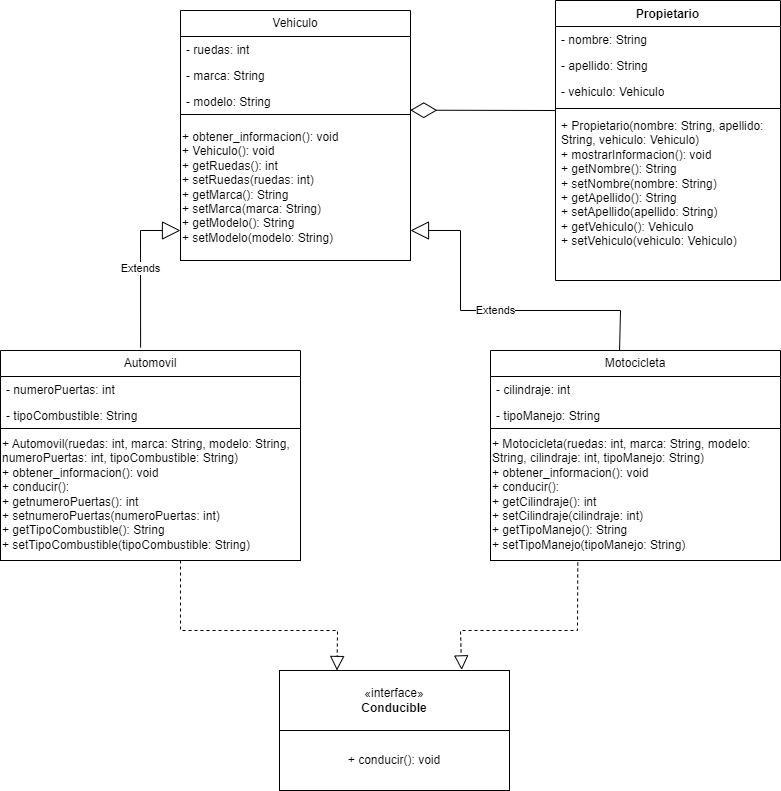
Sof-Saos/POO-Vehiculos keeps this draw.io diagram as src/Vehiculo.drawio.png. Above is the earlier version. Source tidied: cells renumbered, new cells last; positions are measured from the earlier drawing's top-left corner, leaving out a move shared by most shapes. Its diagram source:
```xml
<mxGraphModel>
  <root>
    <mxCell id="0" />
    <mxCell id="1" parent="0" />
    <mxCell id="2" value="Vehiculo" style="swimlane;fontStyle=0;horizontal=1;startSize=26;fillColor=none;whiteSpace=wrap;html=1;" parent="1" vertex="1">
      <mxGeometry x="180" y="10" width="230" height="250" as="geometry" />
    </mxCell>
    <mxCell id="3" value="- ruedas: int" style="text;strokeColor=none;fillColor=none;align=left;verticalAlign=top;spacingLeft=4;spacingRight=4;overflow=hidden;whiteSpace=wrap;html=1;" parent="2" vertex="1">
      <mxGeometry y="26" width="230" height="26" as="geometry" />
    </mxCell>
    <mxCell id="4" value="- marca: String" style="text;strokeColor=none;fillColor=none;align=left;verticalAlign=top;spacingLeft=4;spacingRight=4;overflow=hidden;whiteSpace=wrap;html=1;" parent="2" vertex="1">
      <mxGeometry y="52" width="230" height="26" as="geometry" />
    </mxCell>
    <mxCell id="5" value="- modelo: String" style="text;strokeColor=none;fillColor=none;align=left;verticalAlign=top;spacingLeft=4;spacingRight=4;overflow=hidden;points=[[0,0.5],[1,0.5]];portConstraint=eastwest;whiteSpace=wrap;html=1;" parent="2" vertex="1">
      <mxGeometry y="78" width="230" height="26" as="geometry" />
    </mxCell>
    <mxCell id="6" value="+ obtener_informacion(): void&lt;br&gt;+ Vehiculo(): void&lt;br&gt;+ getRuedas(): int&lt;br&gt;+ setRuedas(ruedas: int)&lt;br&gt;+ getMarca(): String&lt;br&gt;+ setMarca(marca: String)&lt;br&gt;+ getModelo(): String&lt;br&gt;+ setModelo(modelo: String)" style="html=1;whiteSpace=wrap;align=left;" parent="2" vertex="1">
      <mxGeometry y="104" width="230" height="146" as="geometry" />
    </mxCell>
    <mxCell id="7" value="Motocicleta" style="swimlane;fontStyle=0;horizontal=1;startSize=26;fillColor=none;whiteSpace=wrap;html=1;" parent="1" vertex="1">
      <mxGeometry x="490" y="350" width="290" height="210" as="geometry" />
    </mxCell>
    <mxCell id="8" value="- cilindraje: int" style="text;strokeColor=none;fillColor=none;align=left;verticalAlign=top;spacingLeft=4;spacingRight=4;overflow=hidden;whiteSpace=wrap;html=1;" parent="7" vertex="1">
      <mxGeometry y="26" width="290" height="26" as="geometry" />
    </mxCell>
    <mxCell id="9" value="- tipoManejo: String" style="text;strokeColor=none;fillColor=none;align=left;verticalAlign=top;spacingLeft=4;spacingRight=4;overflow=hidden;whiteSpace=wrap;html=1;" parent="7" vertex="1">
      <mxGeometry y="52" width="290" height="26" as="geometry" />
    </mxCell>
    <mxCell id="10" value="+ Motocicleta(ruedas: int, marca: String, modelo: String, cilindraje: int, tipoManejo: String)&lt;br&gt;+ obtener_informacion(): void&lt;br&gt;+ conducir():&lt;br&gt;+ getCilindraje(): int&lt;br&gt;+ setCilindraje(cilindraje: int)&lt;br&gt;+ getTipoManejo(): String&lt;br&gt;+ setTipoManejo(tipoManejo: String)" style="html=1;whiteSpace=wrap;align=left;" parent="7" vertex="1">
      <mxGeometry y="78" width="290" height="132" as="geometry" />
    </mxCell>
    <mxCell id="11" value="Automovil" style="swimlane;fontStyle=0;horizontal=1;startSize=26;fillColor=none;whiteSpace=wrap;html=1;" parent="1" vertex="1">
      <mxGeometry y="350" width="300" height="210" as="geometry" />
    </mxCell>
    <mxCell id="12" value="- numeroPuertas: int" style="text;strokeColor=none;fillColor=none;align=left;verticalAlign=top;spacingLeft=4;spacingRight=4;overflow=hidden;whiteSpace=wrap;html=1;" parent="11" vertex="1">
      <mxGeometry y="26" width="300" height="26" as="geometry" />
    </mxCell>
    <mxCell id="13" value="- tipoCombustible: String" style="text;strokeColor=none;fillColor=none;align=left;verticalAlign=top;spacingLeft=4;spacingRight=4;overflow=hidden;whiteSpace=wrap;html=1;" parent="11" vertex="1">
      <mxGeometry y="52" width="300" height="26" as="geometry" />
    </mxCell>
    <mxCell id="14" value="+ Automovil(ruedas: int, marca: String, modelo: String, numeroPuertas: int, tipoCombustible: String)&lt;br style=&quot;border-color: var(--border-color);&quot;&gt;+ obtener_informacion(): void&lt;br&gt;+ conducir():&lt;br&gt;+ getnumeroPuertas(): int&lt;br&gt;+ setnumeroPuertas(numeroPuertas: int)&lt;br&gt;+ getTipoCombustible(): String&lt;br&gt;+ setTipoCombustible(tipoCombustible: String)" style="html=1;whiteSpace=wrap;align=left;" parent="11" vertex="1">
      <mxGeometry y="78" width="300" height="132" as="geometry" />
    </mxCell>
    <mxCell id="15" value="Extends" style="endArrow=block;endSize=16;endFill=0;html=1;rounded=0;exitX=0.445;exitY=0;exitDx=0;exitDy=0;exitPerimeter=0;" parent="1" edge="1" source="7">
      <mxGeometry relative="1" as="geometry">
        <mxPoint x="410" y="230" as="targetPoint" />
        <Array as="points">
          <mxPoint x="620" y="310" />
          <mxPoint x="460" y="310" />
          <mxPoint x="460" y="230" />
        </Array>
      </mxGeometry>
    </mxCell>
    <mxCell id="16" value="Extends" style="endArrow=block;endSize=16;endFill=0;html=1;rounded=0;exitX=0.467;exitY=-0.014;exitDx=0;exitDy=0;exitPerimeter=0;" parent="1" edge="1" source="11">
      <mxGeometry relative="1" as="geometry">
        <mxPoint x="180" y="230" as="targetPoint" />
        <Array as="points">
          <mxPoint x="140" y="230" />
        </Array>
      </mxGeometry>
    </mxCell>
    <mxCell id="17" value="Propietario" style="swimlane;fontStyle=1;align=center;verticalAlign=top;horizontal=1;startSize=26;whiteSpace=wrap;html=1;" parent="1" vertex="1">
      <mxGeometry x="555" width="225" height="280" as="geometry" />
    </mxCell>
    <mxCell id="18" value="- nombre: String&lt;br&gt;" style="text;strokeColor=none;fillColor=none;align=left;verticalAlign=top;spacingLeft=4;spacingRight=4;overflow=hidden;whiteSpace=wrap;html=1;" parent="17" vertex="1">
      <mxGeometry y="26" width="225" height="26" as="geometry" />
    </mxCell>
    <mxCell id="19" value="- apellido: String" style="text;strokeColor=none;fillColor=none;align=left;verticalAlign=top;spacingLeft=4;spacingRight=4;overflow=hidden;whiteSpace=wrap;html=1;" parent="17" vertex="1">
      <mxGeometry y="52" width="225" height="26" as="geometry" />
    </mxCell>
    <mxCell id="20" value="- vehiculo: Vehiculo" style="text;strokeColor=none;fillColor=none;align=left;verticalAlign=top;spacingLeft=4;spacingRight=4;overflow=hidden;whiteSpace=wrap;html=1;" parent="17" vertex="1">
      <mxGeometry y="78" width="225" height="26" as="geometry" />
    </mxCell>
    <mxCell id="21" style="line;strokeWidth=1;fillColor=none;align=left;verticalAlign=middle;spacingTop=-1;spacingLeft=3;spacingRight=3;labelPosition=right;points=[];portConstraint=eastwest;strokeColor=inherit;" parent="17" vertex="1">
      <mxGeometry y="104" width="225" height="8" as="geometry" />
    </mxCell>
    <mxCell id="22" value="+&amp;nbsp;Propietario(nombre: String, apellido: String, vehiculo: Vehiculo)&lt;br&gt;+ mostrarInformacion(): void&lt;br&gt;+ getNombre(): String&lt;br&gt;+ setNombre(nombre: String)&lt;br&gt;+ getApellido(): String&lt;br&gt;+ setApellido(apellido: String)&lt;br&gt;+ getVehiculo(): Vehiculo&lt;br&gt;+ setVehiculo(vehiculo: Vehiculo)" style="text;strokeColor=none;fillColor=none;align=left;verticalAlign=top;spacingLeft=4;spacingRight=4;overflow=hidden;whiteSpace=wrap;html=1;" parent="17" vertex="1">
      <mxGeometry y="112" width="225" height="168" as="geometry" />
    </mxCell>
    <mxCell id="23" style="endArrow=diamondThin;endFill=0;endSize=24;html=1;rounded=0;entryX=0.999;entryY=0.834;entryDx=0;entryDy=0;exitX=0;exitY=0.75;exitDx=0;exitDy=0;exitPerimeter=0;entryPerimeter=0;" parent="1" edge="1" source="21" target="5">
      <mxGeometry relative="1" as="geometry" />
    </mxCell>
    <mxCell id="24" style="group;" parent="1" vertex="1">
      <mxGeometry x="279" y="670" width="230" height="120" as="geometry" />
    </mxCell>
    <mxCell id="25" value="«interface»&lt;br&gt;&lt;b&gt;Conducible&lt;/b&gt;" style="html=1;whiteSpace=wrap;" parent="24" vertex="1">
      <mxGeometry width="230" height="60" as="geometry" />
    </mxCell>
    <mxCell id="26" value="+ conducir(): void" style="html=1;whiteSpace=wrap;" parent="24" vertex="1">
      <mxGeometry y="60" width="230" height="60" as="geometry" />
    </mxCell>
    <mxCell id="27" style="endArrow=block;dashed=1;endFill=0;endSize=12;html=1;rounded=0;entryX=0.25;entryY=0;entryDx=0;entryDy=0;" parent="1" edge="1" target="25">
      <mxGeometry relative="1" as="geometry">
        <mxPoint x="180" y="560" as="sourcePoint" />
        <Array as="points">
          <mxPoint x="180" y="630" />
          <mxPoint x="337" y="630" />
        </Array>
      </mxGeometry>
    </mxCell>
    <mxCell id="28" style="endArrow=block;dashed=1;endFill=0;endSize=12;html=1;rounded=0;entryX=0.792;entryY=-0.01;entryDx=0;entryDy=0;exitX=0.301;exitY=1.015;exitDx=0;exitDy=0;exitPerimeter=0;entryPerimeter=0;" parent="1" edge="1" source="10" target="25">
      <mxGeometry relative="1" as="geometry">
        <Array as="points">
          <mxPoint x="577" y="630" />
          <mxPoint x="460" y="630" />
        </Array>
      </mxGeometry>
    </mxCell>
  </root>
</mxGraphModel>
```
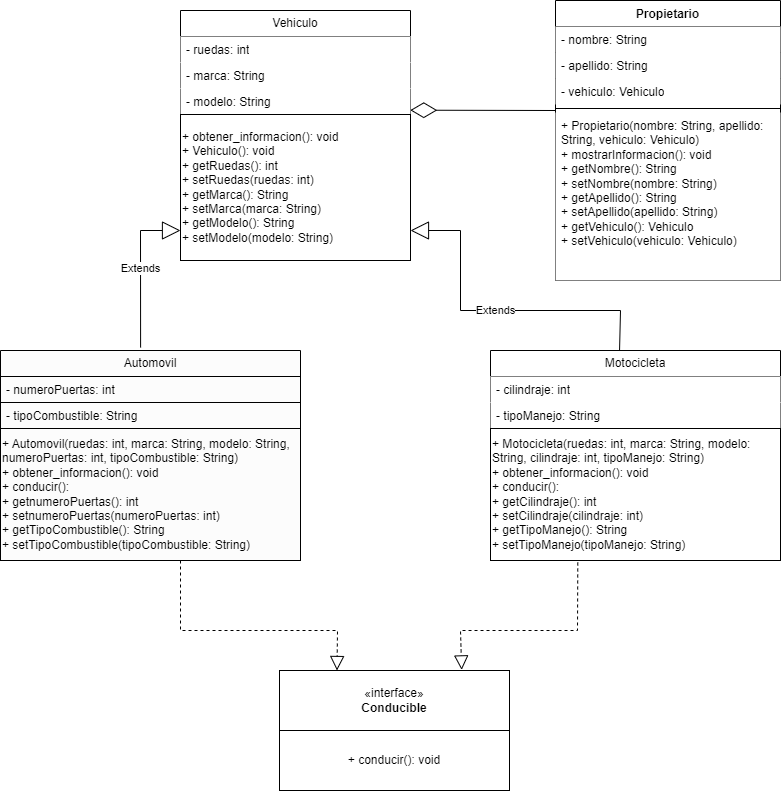
After the change.

What changed in the source:
```diff
@@ -2,46 +2,46 @@
   <root>
     <mxCell id="0" />
     <mxCell id="1" parent="0" />
-    <mxCell id="2" value="Vehiculo" style="swimlane;fontStyle=0;horizontal=1;startSize=26;fillColor=none;whiteSpace=wrap;html=1;" parent="1" vertex="1">
+    <mxCell id="2" value="Vehiculo" style="swimlane;fontStyle=0;horizontal=1;startSize=26;fillColor=#FFFFFF;whiteSpace=wrap;html=1;" parent="1" vertex="1">
       <mxGeometry x="180" y="10" width="230" height="250" as="geometry" />
     </mxCell>
-    <mxCell id="3" value="- ruedas: int" style="text;strokeColor=none;fillColor=none;align=left;verticalAlign=top;spacingLeft=4;spacingRight=4;overflow=hidden;whiteSpace=wrap;html=1;" parent="2" vertex="1">
+    <mxCell id="3" value="- ruedas: int" style="text;strokeColor=none;fillColor=#FFFFFF;align=left;verticalAlign=top;spacingLeft=4;spacingRight=4;overflow=hidden;whiteSpace=wrap;html=1;" parent="2" vertex="1">
       <mxGeometry y="26" width="230" height="26" as="geometry" />
     </mxCell>
-    <mxCell id="4" value="- marca: String" style="text;strokeColor=none;fillColor=none;align=left;verticalAlign=top;spacingLeft=4;spacingRight=4;overflow=hidden;whiteSpace=wrap;html=1;" parent="2" vertex="1">
+    <mxCell id="4" value="- marca: String" style="text;strokeColor=none;fillColor=#FFFFFF;align=left;verticalAlign=top;spacingLeft=4;spacingRight=4;overflow=hidden;whiteSpace=wrap;html=1;" parent="2" vertex="1">
       <mxGeometry y="52" width="230" height="26" as="geometry" />
     </mxCell>
-    <mxCell id="5" value="- modelo: String" style="text;strokeColor=none;fillColor=none;align=left;verticalAlign=top;spacingLeft=4;spacingRight=4;overflow=hidden;points=[[0,0.5],[1,0.5]];portConstraint=eastwest;whiteSpace=wrap;html=1;" parent="2" vertex="1">
+    <mxCell id="5" value="- modelo: String" style="text;strokeColor=none;fillColor=#FFFFFF;align=left;verticalAlign=top;spacingLeft=4;spacingRight=4;overflow=hidden;points=[[0,0.5],[1,0.5]];portConstraint=eastwest;whiteSpace=wrap;html=1;" parent="2" vertex="1">
       <mxGeometry y="78" width="230" height="26" as="geometry" />
     </mxCell>
-    <mxCell id="6" value="+ obtener_informacion(): void&lt;br&gt;+ Vehiculo(): void&lt;br&gt;+ getRuedas(): int&lt;br&gt;+ setRuedas(ruedas: int)&lt;br&gt;+ getMarca(): String&lt;br&gt;+ setMarca(marca: String)&lt;br&gt;+ getModelo(): String&lt;br&gt;+ setModelo(modelo: String)" style="html=1;whiteSpace=wrap;align=left;" parent="2" vertex="1">
+    <mxCell id="6" value="+ obtener_informacion(): void&lt;br&gt;+ Vehiculo(): void&lt;br&gt;+ getRuedas(): int&lt;br&gt;+ setRuedas(ruedas: int)&lt;br&gt;+ getMarca(): String&lt;br&gt;+ setMarca(marca: String)&lt;br&gt;+ getModelo(): String&lt;br&gt;+ setModelo(modelo: String)" style="html=1;whiteSpace=wrap;align=left;fillColor=#FFFFFF;" parent="2" vertex="1">
       <mxGeometry y="104" width="230" height="146" as="geometry" />
     </mxCell>
-    <mxCell id="7" value="Motocicleta" style="swimlane;fontStyle=0;horizontal=1;startSize=26;fillColor=none;whiteSpace=wrap;html=1;" parent="1" vertex="1">
+    <mxCell id="7" value="Motocicleta" style="swimlane;fontStyle=0;horizontal=1;startSize=26;fillColor=#FFFFFF;whiteSpace=wrap;html=1;" parent="1" vertex="1">
       <mxGeometry x="490" y="350" width="290" height="210" as="geometry" />
     </mxCell>
-    <mxCell id="8" value="- cilindraje: int" style="text;strokeColor=none;fillColor=none;align=left;verticalAlign=top;spacingLeft=4;spacingRight=4;overflow=hidden;whiteSpace=wrap;html=1;" parent="7" vertex="1">
+    <mxCell id="8" value="- cilindraje: int" style="text;strokeColor=none;fillColor=#FFFFFF;align=left;verticalAlign=top;spacingLeft=4;spacingRight=4;overflow=hidden;whiteSpace=wrap;html=1;" parent="7" vertex="1">
       <mxGeometry y="26" width="290" height="26" as="geometry" />
     </mxCell>
-    <mxCell id="9" value="- tipoManejo: String" style="text;strokeColor=none;fillColor=none;align=left;verticalAlign=top;spacingLeft=4;spacingRight=4;overflow=hidden;whiteSpace=wrap;html=1;" parent="7" vertex="1">
+    <mxCell id="9" value="- tipoManejo: String" style="text;strokeColor=none;fillColor=#FFFFFF;align=left;verticalAlign=top;spacingLeft=4;spacingRight=4;overflow=hidden;whiteSpace=wrap;html=1;" parent="7" vertex="1">
       <mxGeometry y="52" width="290" height="26" as="geometry" />
     </mxCell>
-    <mxCell id="10" value="+ Motocicleta(ruedas: int, marca: String, modelo: String, cilindraje: int, tipoManejo: String)&lt;br&gt;+ obtener_informacion(): void&lt;br&gt;+ conducir():&lt;br&gt;+ getCilindraje(): int&lt;br&gt;+ setCilindraje(cilindraje: int)&lt;br&gt;+ getTipoManejo(): String&lt;br&gt;+ setTipoManejo(tipoManejo: String)" style="html=1;whiteSpace=wrap;align=left;" parent="7" vertex="1">
+    <mxCell id="10" value="+ Motocicleta(ruedas: int, marca: String, modelo: String, cilindraje: int, tipoManejo: String)&lt;br&gt;+ obtener_informacion(): void&lt;br&gt;+ conducir():&lt;br&gt;+ getCilindraje(): int&lt;br&gt;+ setCilindraje(cilindraje: int)&lt;br&gt;+ getTipoManejo(): String&lt;br&gt;+ setTipoManejo(tipoManejo: String)" style="html=1;whiteSpace=wrap;align=left;fillColor=#FFFFFF;" parent="7" vertex="1">
       <mxGeometry y="78" width="290" height="132" as="geometry" />
     </mxCell>
-    <mxCell id="11" value="Automovil" style="swimlane;fontStyle=0;horizontal=1;startSize=26;fillColor=none;whiteSpace=wrap;html=1;" parent="1" vertex="1">
+    <mxCell id="11" value="Automovil" style="swimlane;fontStyle=0;horizontal=1;startSize=26;fillColor=#FCFCFC;whiteSpace=wrap;html=1;strokeColor=#000000;" parent="1" vertex="1">
       <mxGeometry y="350" width="300" height="210" as="geometry" />
     </mxCell>
-    <mxCell id="12" value="- numeroPuertas: int" style="text;strokeColor=none;fillColor=none;align=left;verticalAlign=top;spacingLeft=4;spacingRight=4;overflow=hidden;whiteSpace=wrap;html=1;" parent="11" vertex="1">
+    <mxCell id="12" value="- numeroPuertas: int" style="text;strokeColor=#000000;fillColor=#FCFCFC;align=left;verticalAlign=top;spacingLeft=4;spacingRight=4;overflow=hidden;whiteSpace=wrap;html=1;" parent="11" vertex="1">
       <mxGeometry y="26" width="300" height="26" as="geometry" />
     </mxCell>
-    <mxCell id="13" value="- tipoCombustible: String" style="text;strokeColor=none;fillColor=none;align=left;verticalAlign=top;spacingLeft=4;spacingRight=4;overflow=hidden;whiteSpace=wrap;html=1;" parent="11" vertex="1">
+    <mxCell id="13" value="- tipoCombustible: String" style="text;strokeColor=#000000;fillColor=#FCFCFC;align=left;verticalAlign=top;spacingLeft=4;spacingRight=4;overflow=hidden;whiteSpace=wrap;html=1;" parent="11" vertex="1">
       <mxGeometry y="52" width="300" height="26" as="geometry" />
     </mxCell>
-    <mxCell id="14" value="+ Automovil(ruedas: int, marca: String, modelo: String, numeroPuertas: int, tipoCombustible: String)&lt;br style=&quot;border-color: var(--border-color);&quot;&gt;+ obtener_informacion(): void&lt;br&gt;+ conducir():&lt;br&gt;+ getnumeroPuertas(): int&lt;br&gt;+ setnumeroPuertas(numeroPuertas: int)&lt;br&gt;+ getTipoCombustible(): String&lt;br&gt;+ setTipoCombustible(tipoCombustible: String)" style="html=1;whiteSpace=wrap;align=left;" parent="11" vertex="1">
+    <mxCell id="14" value="+ Automovil(ruedas: int, marca: String, modelo: String, numeroPuertas: int, tipoCombustible: String)&lt;br style=&quot;border-color: var(--border-color);&quot;&gt;+ obtener_informacion(): void&lt;br&gt;+ conducir():&lt;br&gt;+ getnumeroPuertas(): int&lt;br&gt;+ setnumeroPuertas(numeroPuertas: int)&lt;br&gt;+ getTipoCombustible(): String&lt;br&gt;+ setTipoCombustible(tipoCombustible: String)" style="html=1;whiteSpace=wrap;align=left;fillColor=#FCFCFC;strokeColor=#000000;" parent="11" vertex="1">
       <mxGeometry y="78" width="300" height="132" as="geometry" />
     </mxCell>
-    <mxCell id="15" value="Extends" style="endArrow=block;endSize=16;endFill=0;html=1;rounded=0;exitX=0.445;exitY=0;exitDx=0;exitDy=0;exitPerimeter=0;" parent="1" edge="1" source="7">
+    <mxCell id="15" value="Extends" style="endArrow=block;endSize=16;endFill=0;html=1;rounded=0;exitX=0.445;exitY=0;exitDx=0;exitDy=0;exitPerimeter=0;fillColor=#FFFFFF;" parent="1" edge="1" source="7">
       <mxGeometry relative="1" as="geometry">
         <mxPoint x="410" y="230" as="targetPoint" />
         <Array as="points">
@@ -59,34 +59,34 @@
         </Array>
       </mxGeometry>
     </mxCell>
-    <mxCell id="17" value="Propietario" style="swimlane;fontStyle=1;align=center;verticalAlign=top;horizontal=1;startSize=26;whiteSpace=wrap;html=1;" parent="1" vertex="1">
+    <mxCell id="17" value="Propietario" style="swimlane;fontStyle=1;align=center;verticalAlign=top;horizontal=1;startSize=26;whiteSpace=wrap;html=1;fillColor=#FFFFFF;" parent="1" vertex="1">
       <mxGeometry x="555" width="225" height="280" as="geometry" />
     </mxCell>
-    <mxCell id="18" value="- nombre: String&lt;br&gt;" style="text;strokeColor=none;fillColor=none;align=left;verticalAlign=top;spacingLeft=4;spacingRight=4;overflow=hidden;whiteSpace=wrap;html=1;" parent="17" vertex="1">
+    <mxCell id="18" value="- nombre: String&lt;br&gt;" style="text;strokeColor=none;fillColor=#FFFFFF;align=left;verticalAlign=top;spacingLeft=4;spacingRight=4;overflow=hidden;whiteSpace=wrap;html=1;" parent="17" vertex="1">
       <mxGeometry y="26" width="225" height="26" as="geometry" />
     </mxCell>
-    <mxCell id="19" value="- apellido: String" style="text;strokeColor=none;fillColor=none;align=left;verticalAlign=top;spacingLeft=4;spacingRight=4;overflow=hidden;whiteSpace=wrap;html=1;" parent="17" vertex="1">
+    <mxCell id="19" value="- apellido: String" style="text;strokeColor=none;fillColor=#FFFFFF;align=left;verticalAlign=top;spacingLeft=4;spacingRight=4;overflow=hidden;whiteSpace=wrap;html=1;" parent="17" vertex="1">
       <mxGeometry y="52" width="225" height="26" as="geometry" />
     </mxCell>
-    <mxCell id="20" value="- vehiculo: Vehiculo" style="text;strokeColor=none;fillColor=none;align=left;verticalAlign=top;spacingLeft=4;spacingRight=4;overflow=hidden;whiteSpace=wrap;html=1;" parent="17" vertex="1">
+    <mxCell id="20" value="- vehiculo: Vehiculo" style="text;strokeColor=none;fillColor=#FFFFFF;align=left;verticalAlign=top;spacingLeft=4;spacingRight=4;overflow=hidden;whiteSpace=wrap;html=1;" parent="17" vertex="1">
       <mxGeometry y="78" width="225" height="26" as="geometry" />
     </mxCell>
-    <mxCell id="21" style="line;strokeWidth=1;fillColor=none;align=left;verticalAlign=middle;spacingTop=-1;spacingLeft=3;spacingRight=3;labelPosition=right;points=[];portConstraint=eastwest;strokeColor=inherit;" parent="17" vertex="1">
+    <mxCell id="21" style="line;strokeWidth=1;fillColor=#FFFFFF;align=left;verticalAlign=middle;spacingTop=-1;spacingLeft=3;spacingRight=3;labelPosition=right;points=[];portConstraint=eastwest;strokeColor=inherit;" parent="17" vertex="1">
       <mxGeometry y="104" width="225" height="8" as="geometry" />
     </mxCell>
-    <mxCell id="22" value="+&amp;nbsp;Propietario(nombre: String, apellido: String, vehiculo: Vehiculo)&lt;br&gt;+ mostrarInformacion(): void&lt;br&gt;+ getNombre(): String&lt;br&gt;+ setNombre(nombre: String)&lt;br&gt;+ getApellido(): String&lt;br&gt;+ setApellido(apellido: String)&lt;br&gt;+ getVehiculo(): Vehiculo&lt;br&gt;+ setVehiculo(vehiculo: Vehiculo)" style="text;strokeColor=none;fillColor=none;align=left;verticalAlign=top;spacingLeft=4;spacingRight=4;overflow=hidden;whiteSpace=wrap;html=1;" parent="17" vertex="1">
+    <mxCell id="22" value="+&amp;nbsp;Propietario(nombre: String, apellido: String, vehiculo: Vehiculo)&lt;br&gt;+ mostrarInformacion(): void&lt;br&gt;+ getNombre(): String&lt;br&gt;+ setNombre(nombre: String)&lt;br&gt;+ getApellido(): String&lt;br&gt;+ setApellido(apellido: String)&lt;br&gt;+ getVehiculo(): Vehiculo&lt;br&gt;+ setVehiculo(vehiculo: Vehiculo)" style="text;strokeColor=none;fillColor=#FFFFFF;align=left;verticalAlign=top;spacingLeft=4;spacingRight=4;overflow=hidden;whiteSpace=wrap;html=1;" parent="17" vertex="1">
       <mxGeometry y="112" width="225" height="168" as="geometry" />
     </mxCell>
-    <mxCell id="23" style="endArrow=diamondThin;endFill=0;endSize=24;html=1;rounded=0;entryX=0.999;entryY=0.834;entryDx=0;entryDy=0;exitX=0;exitY=0.75;exitDx=0;exitDy=0;exitPerimeter=0;entryPerimeter=0;" parent="1" edge="1" source="21" target="5">
+    <mxCell id="23" style="endArrow=diamondThin;endFill=0;endSize=24;html=1;rounded=0;entryX=0.999;entryY=0.834;entryDx=0;entryDy=0;exitX=0;exitY=0.75;exitDx=0;exitDy=0;exitPerimeter=0;entryPerimeter=0;fillColor=#FFFFFF;" parent="1" edge="1" source="21" target="5">
       <mxGeometry relative="1" as="geometry" />
     </mxCell>
-    <mxCell id="24" style="group;" parent="1" vertex="1">
+    <mxCell id="24" style="group;fillColor=#FFFFFF;" parent="1" vertex="1">
       <mxGeometry x="279" y="670" width="230" height="120" as="geometry" />
     </mxCell>
-    <mxCell id="25" value="«interface»&lt;br&gt;&lt;b&gt;Conducible&lt;/b&gt;" style="html=1;whiteSpace=wrap;" parent="24" vertex="1">
+    <mxCell id="25" value="«interface»&lt;br&gt;&lt;b&gt;Conducible&lt;/b&gt;" style="html=1;whiteSpace=wrap;fillColor=#FFFFFF;" parent="24" vertex="1">
       <mxGeometry width="230" height="60" as="geometry" />
     </mxCell>
-    <mxCell id="26" value="+ conducir(): void" style="html=1;whiteSpace=wrap;" parent="24" vertex="1">
+    <mxCell id="26" value="+ conducir(): void" style="html=1;whiteSpace=wrap;fillColor=#FFFFFF;" parent="24" vertex="1">
       <mxGeometry y="60" width="230" height="60" as="geometry" />
     </mxCell>
     <mxCell id="27" style="endArrow=block;dashed=1;endFill=0;endSize=12;html=1;rounded=0;entryX=0.25;entryY=0;entryDx=0;entryDy=0;" parent="1" edge="1" target="25">
```
